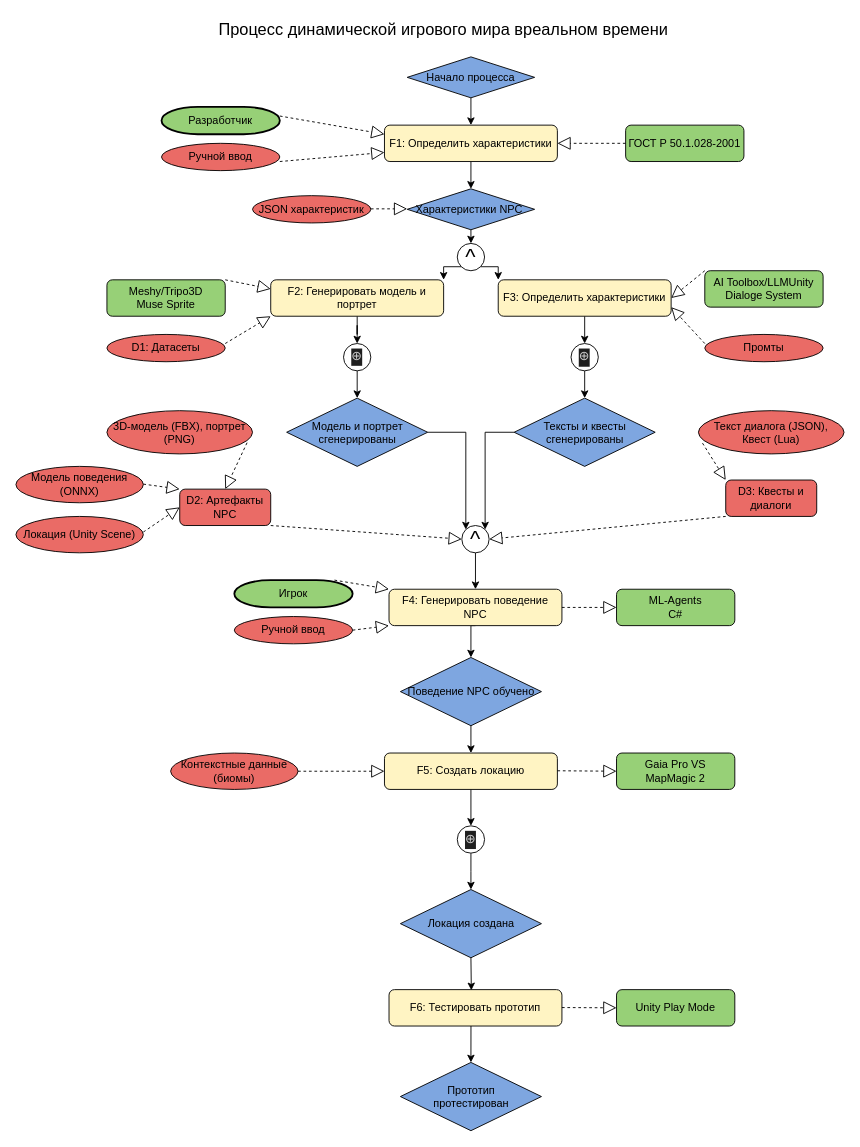
Slavik993/Diplom_Shebanov_2026 keeps this draw.io diagram as EPC.drawio. Above is the earlier version. Source tidied: cells renumbered, new cells numbered last; positions are measured from the earlier drawing's top-left corner, leaving out a move shared by most shapes. Both pictures are drawn from the tidied source at 91%, with x=0, y=0 at pixel (15, 15).
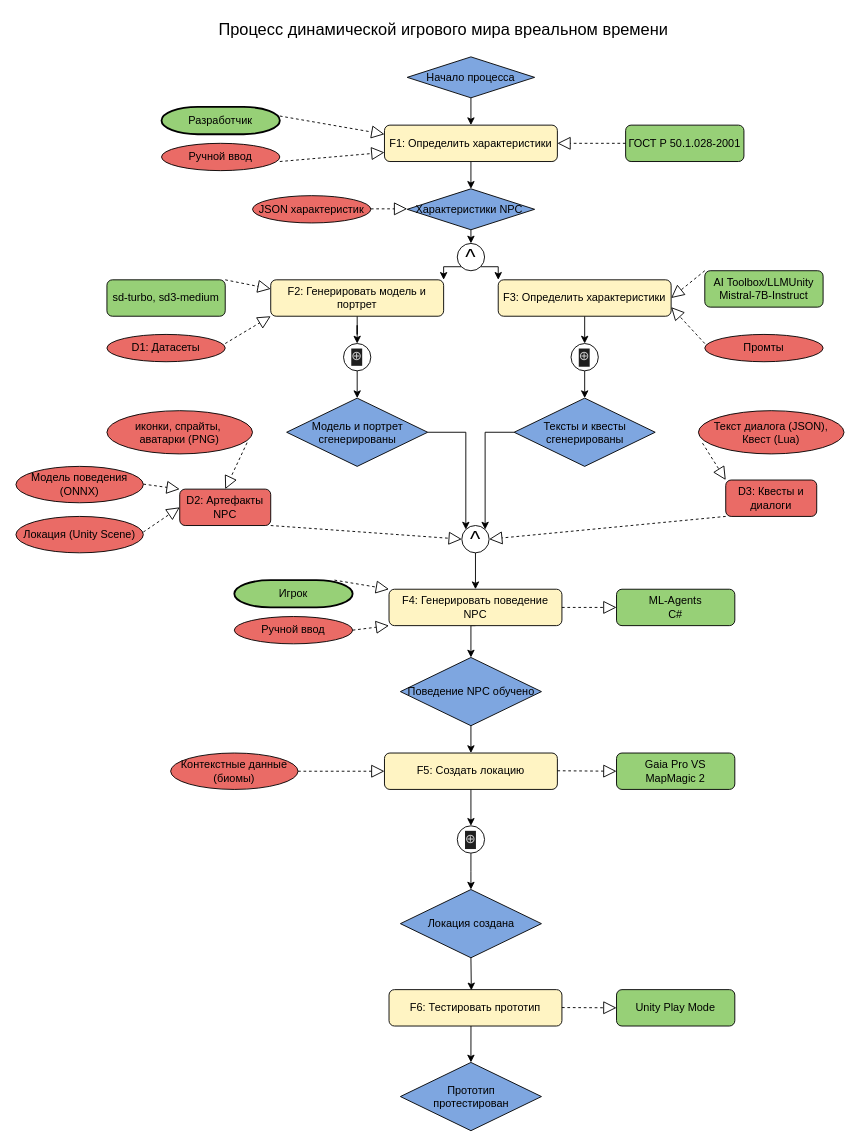
Above is the later version.

Change to the diagram source:
```diff
@@
-    <mxCell id="24" value="Meshy/Tripo3D&lt;br&gt;Muse Sprite" style="rounded=1;whiteSpace=wrap;html=1;fillColor=#97D077;" parent="1" vertex="1">
+    <mxCell id="24" value="sd-turbo, sd3-medium" style="rounded=1;whiteSpace=wrap;html=1;fillColor=#97D077;" parent="1" vertex="1">
       <mxGeometry x="100" y="290" width="130" height="40" as="geometry" />
     </mxCell>
@@
-    <mxCell id="28" value="AI Toolbox/LLMUnity&lt;br&gt;Dialoge System" style="rounded=1;whiteSpace=wrap;html=1;fillColor=#97D077;" parent="1" vertex="1">
+    <mxCell id="28" value="AI Toolbox/LLMUnity&lt;br&gt;Mistral-7B-Instruct" style="rounded=1;whiteSpace=wrap;html=1;fillColor=#97D077;" parent="1" vertex="1">
       <mxGeometry x="757" y="280" width="130" height="40" as="geometry" />
     </mxCell>
@@
-    <mxCell id="46" value="3D-модель (FBX), портрет (PNG)" style="ellipse;whiteSpace=wrap;html=1;fillColor=#EA6B66;" parent="1" vertex="1">
+    <mxCell id="46" value="иконки, спрайты,&amp;nbsp;&lt;div&gt;аватарки (PNG)&lt;/div&gt;" style="ellipse;whiteSpace=wrap;html=1;fillColor=#EA6B66;" parent="1" vertex="1">
       <mxGeometry x="100" y="433.8" width="160" height="47.5" as="geometry" />
     </mxCell>
```
